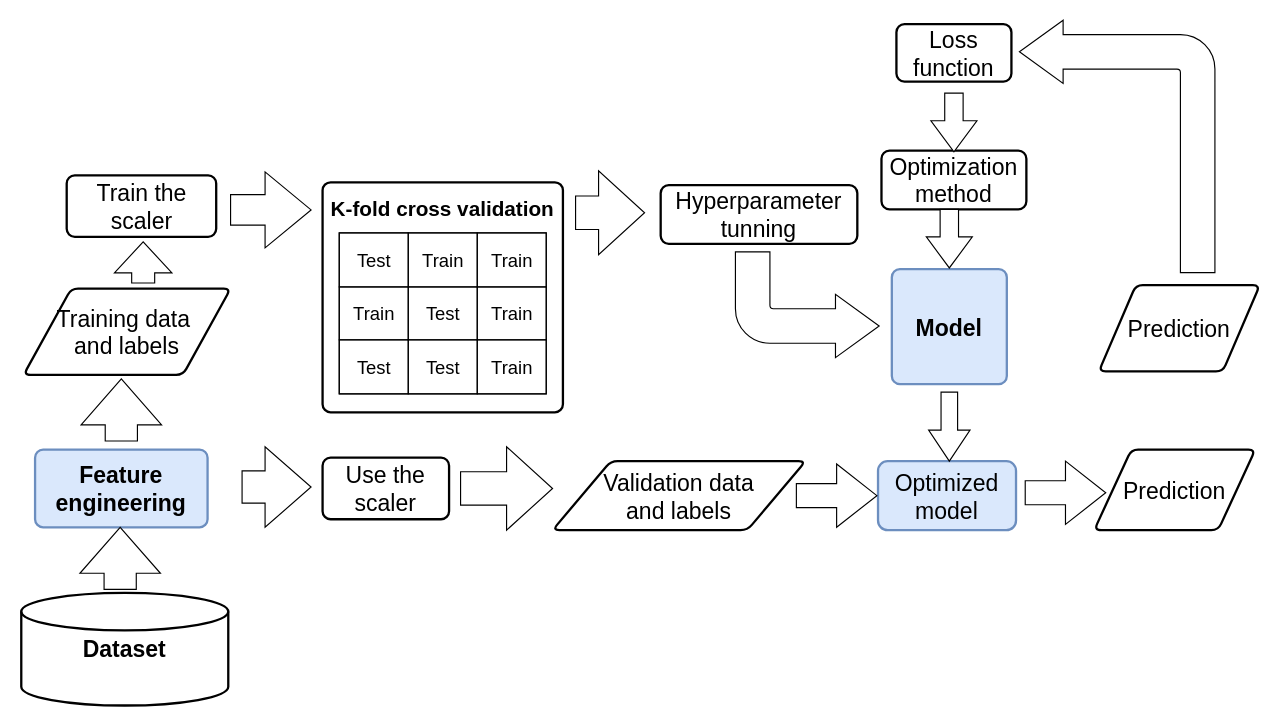
This is MachineLearning3.drawio from Orozco-Duque/ML, a draw.io file, before an edit. Source tidied: cells renumbered, new cells numbered last; positions are measured from the earlier drawing's top-left corner, leaving out a move shared by most shapes. Both pictures are drawn from the tidied source at 115%, with x=0, y=0 at pixel (21, 23).
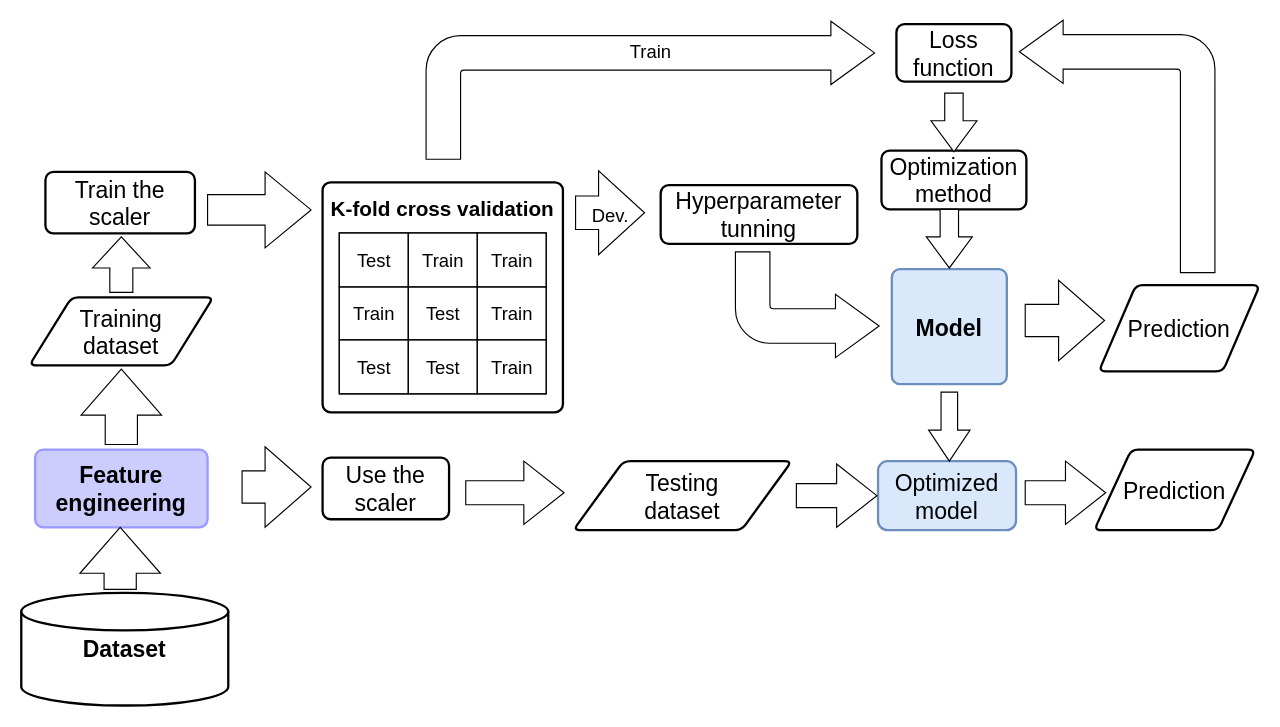
The same diagram, later.

Diff of the diagram source:
```diff
@@
-    <mxCell id="4" value="Training data&amp;nbsp;&lt;br&gt;and labels" style="shape=parallelogram;html=1;strokeWidth=2;perimeter=parallelogramPerimeter;whiteSpace=wrap;rounded=1;arcSize=12;size=0.23;fontSize=20;fontColor=#000000;" parent="1" vertex="1">
-      <mxGeometry x="2" y="230.5" width="180" height="75" as="geometry" />
+    <mxCell id="4" value="Training &lt;br&gt;dataset" style="shape=parallelogram;html=1;strokeWidth=2;perimeter=parallelogramPerimeter;whiteSpace=wrap;rounded=1;arcSize=12;size=0.23;fontSize=20;fontColor=#000000;" parent="1" vertex="1">
+      <mxGeometry x="7" y="238" width="160" height="59.2" as="geometry" />
     </mxCell>
@@
-    <mxCell id="11" value="Validation data &lt;br&gt;and labels" style="shape=parallelogram;html=1;strokeWidth=2;perimeter=parallelogramPerimeter;whiteSpace=wrap;rounded=1;arcSize=12;size=0.23;fontSize=20;fontColor=#000000;" parent="1" vertex="1">
-      <mxGeometry x="462" y="380.5" width="220" height="60" as="geometry" />
+    <mxCell id="11" value="Testing &lt;br&gt;dataset" style="shape=parallelogram;html=1;strokeWidth=2;perimeter=parallelogramPerimeter;whiteSpace=wrap;rounded=1;arcSize=12;size=0.23;fontSize=20;fontColor=#000000;" parent="1" vertex="1">
+      <mxGeometry x="480" y="380.5" width="190" height="60" as="geometry" />
     </mxCell>
@@
     <mxCell id="33" style="html=1;shadow=0;dashed=0;align=center;verticalAlign=middle;shape=mxgraph.arrows2.arrow;dy=0.6;dx=40;direction=north;notch=0;fontSize=20;" parent="1" vertex="1">
-      <mxGeometry x="52" y="309" width="70" height="54" as="geometry" />
+      <mxGeometry x="52" y="300.5" width="70" height="65.5" as="geometry" />
     </mxCell>
-    <mxCell id="34" style="html=1;shadow=0;dashed=0;align=center;verticalAlign=middle;shape=mxgraph.arrows2.arrow;dy=0.6;dx=40;notch=0;fontSize=20;" parent="1" vertex="1">
-      <mxGeometry x="382" y="368" width="80" height="72.5" as="geometry" />
-    </mxCell>
     <mxCell id="35" value="Train the scaler" style="rounded=1;whiteSpace=wrap;html=1;absoluteArcSize=1;arcSize=14;strokeWidth=2;fontSize=20;" parent="1" vertex="1">
-      <mxGeometry x="39.5" y="132" width="130" height="53.5" as="geometry" />
+      <mxGeometry x="21" y="129" width="130" height="53.5" as="geometry" />
     </mxCell>
     <mxCell id="36" style="html=1;shadow=0;dashed=0;align=center;verticalAlign=middle;shape=mxgraph.arrows2.arrow;dy=0.6;dx=27;direction=south;notch=0;fontSize=20;fontColor=#000000;rotation=-180;" parent="1" vertex="1">
-      <mxGeometry x="81" y="189.8" width="50" height="35.8" as="geometry" />
+      <mxGeometry x="62" y="185.5" width="50" height="48.2" as="geometry" />
     </mxCell>
     <mxCell id="37" style="html=1;shadow=0;dashed=0;align=center;verticalAlign=middle;shape=mxgraph.arrows2.arrow;dy=0.6;dx=40;notch=0;fontSize=20;" parent="1" vertex="1">
-      <mxGeometry x="182" y="129" width="70" height="66" as="geometry" />
+      <mxGeometry x="162" y="129" width="90" height="66" as="geometry" />
     </mxCell>
@@
-    <mxCell id="40" style="html=1;shadow=0;dashed=0;align=center;verticalAlign=middle;shape=mxgraph.arrows2.arrow;dy=0.6;dx=40;notch=0;fontSize=20;" parent="1" vertex="1">
-      <mxGeometry x="482" y="128" width="60" height="73" as="geometry" />
-    </mxCell>
-    <mxCell id="41" value="&lt;font style=&quot;font-size: 20px;&quot;&gt;&lt;b style=&quot;&quot;&gt;Feature engineering&lt;/b&gt;&lt;/font&gt;" style="rounded=1;whiteSpace=wrap;html=1;absoluteArcSize=1;arcSize=14;strokeWidth=2;fillColor=#dae8fc;strokeColor=#6c8ebf;" parent="1" vertex="1">
+    <mxCell id="41" value="&lt;font style=&quot;font-size: 20px;&quot;&gt;&lt;b style=&quot;&quot;&gt;Feature engineering&lt;/b&gt;&lt;/font&gt;" style="rounded=1;whiteSpace=wrap;html=1;absoluteArcSize=1;arcSize=14;strokeWidth=2;fillColor=#CCCCFF;strokeColor=#9999FF;" parent="1" vertex="1">
       <mxGeometry x="12" y="370.5" width="150" height="67.5" as="geometry" />
     </mxCell>
@@
+    <mxCell id="43" value="&lt;font style=&quot;font-size: 16px;&quot;&gt;Train&lt;br&gt;&lt;br&gt;&lt;br&gt;&lt;br&gt;&lt;/font&gt;" style="html=1;shadow=0;dashed=0;align=center;verticalAlign=middle;shape=mxgraph.arrows2.bendArrow;dy=15;dx=38;notch=0;arrowHead=55;rounded=1;fontSize=20;" parent="1" vertex="1">
+      <mxGeometry x="352" y="-2" width="390" height="120" as="geometry" />
+    </mxCell>
+    <mxCell id="44" value="&lt;font style=&quot;font-size: 16px;&quot;&gt;&lt;font style=&quot;font-size: 16px;&quot;&gt;Dev&lt;/font&gt;.&lt;/font&gt;" style="html=1;shadow=0;dashed=0;align=center;verticalAlign=middle;shape=mxgraph.arrows2.arrow;dy=0.6;dx=40;notch=0;fontSize=20;" parent="1" vertex="1">
+      <mxGeometry x="482" y="128" width="60" height="73" as="geometry" />
+    </mxCell>
+    <mxCell id="45" style="html=1;shadow=0;dashed=0;align=center;verticalAlign=middle;shape=mxgraph.arrows2.arrow;dy=0.6;dx=40;notch=0;fontSize=16;" parent="1" vertex="1">
+      <mxGeometry x="873" y="223.2" width="69" height="70" as="geometry" />
+    </mxCell>
+    <mxCell id="46" style="html=1;shadow=0;dashed=0;align=center;verticalAlign=middle;shape=mxgraph.arrows2.arrow;dy=0.62;dx=35;notch=0;fontSize=20;fontColor=#000000;" parent="1" vertex="1">
+      <mxGeometry x="386.5" y="380.5" width="85.5" height="55" as="geometry" />
+    </mxCell>
```
